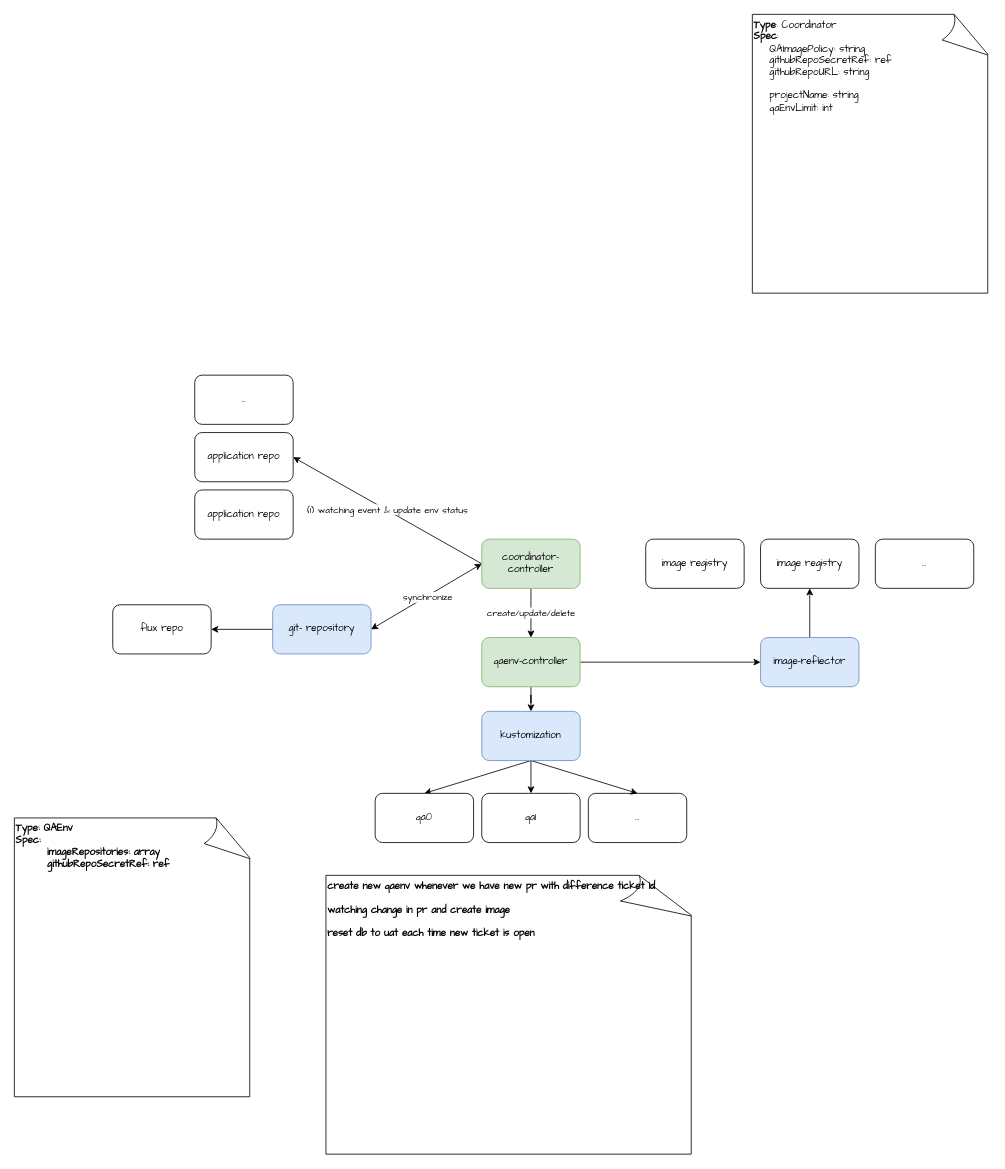
Earlier version of the draw.io diagram doc/diagram/Untitled Diagram.drawio (duckhue01/qaenv). Source tidied: cells renumbered, new cells numbered last; positions are measured from the earlier drawing's top-left corner, leaving out a move shared by most shapes. Both pictures are drawn from the tidied source at 82%, with x=0, y=0 at pixel (14, 14).
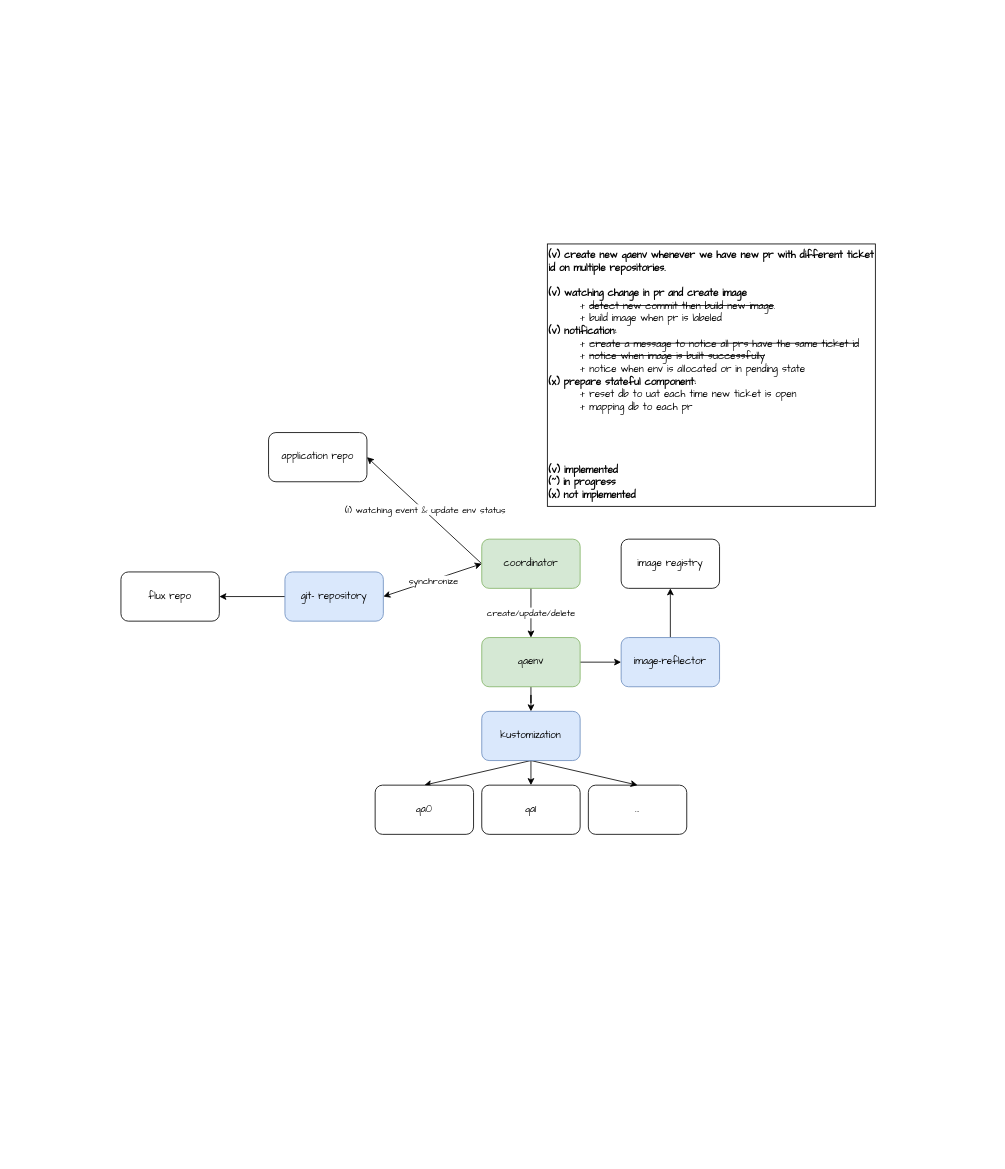
The same diagram, later.

What changed in the source:
```diff
@@
-    <mxCell id="2" value="image registry" style="rounded=1;whiteSpace=wrap;html=1;fontFamily=Comic Sans MS;" parent="1" vertex="1">
-      <mxGeometry x="770" y="640" width="120" height="60" as="geometry" />
-    </mxCell>
@@
-    <mxCell id="7" value="qaenv-controller" style="rounded=1;whiteSpace=wrap;html=1;fontFamily=Comic Sans MS;fillColor=#d5e8d4;strokeColor=#82b366;" parent="1" vertex="1">
+    <mxCell id="7" value="qaenv" style="rounded=1;whiteSpace=wrap;html=1;fontFamily=Comic Sans MS;fillColor=#d5e8d4;strokeColor=#82b366;" parent="1" vertex="1">
       <mxGeometry x="570" y="760" width="120" height="60" as="geometry" />
     </mxCell>
-    <mxCell id="8" value="application repo" style="rounded=1;whiteSpace=wrap;html=1;fontFamily=Comic Sans MS;" parent="1" vertex="1">
-      <mxGeometry x="220" y="580" width="120" height="60" as="geometry" />
-    </mxCell>
     <mxCell id="9" value="flux repo" style="rounded=1;whiteSpace=wrap;html=1;fontFamily=Comic Sans MS;" parent="1" vertex="1">
-      <mxGeometry x="120" y="720" width="120" height="60" as="geometry" />
+      <mxGeometry x="130" y="680" width="120" height="60" as="geometry" />
     </mxCell>
@@
     <mxCell id="11" value="image-reflector" style="rounded=1;whiteSpace=wrap;html=1;fontFamily=Comic Sans MS;fillColor=#dae8fc;strokeColor=#6c8ebf;" parent="1" vertex="1">
-      <mxGeometry x="910" y="760" width="120" height="60" as="geometry" />
+      <mxGeometry x="740" y="760" width="120" height="60" as="geometry" />
     </mxCell>
-    <mxCell id="12" value="create/update/delete" style="edgeStyle=orthogonalEdgeStyle;rounded=0;jettySize=auto;html=1;fontFamily=Comic Sans MS;" parent="1" edge="1" source="17" target="7">
+    <mxCell id="12" value="create/update/delete" style="rounded=0;jettySize=auto;html=1;fontFamily=Comic Sans MS;exitX=0.5;exitY=1;exitDx=0;exitDy=0;entryX=0.5;entryY=0;entryDx=0;entryDy=0;" parent="1" edge="1" source="17" target="7">
       <mxGeometry relative="1" as="geometry" />
     </mxCell>
@@
-    <mxCell id="17" value="coordinator-controller" style="rounded=1;whiteSpace=wrap;html=1;fontFamily=Comic Sans MS;fillColor=#d5e8d4;strokeColor=#82b366;" parent="1" vertex="1">
+    <mxCell id="17" value="coordinator" style="rounded=1;whiteSpace=wrap;html=1;fontFamily=Comic Sans MS;fillColor=#d5e8d4;strokeColor=#82b366;" parent="1" vertex="1">
       <mxGeometry x="570" y="640" width="120" height="60" as="geometry" />
     </mxCell>
     <mxCell id="18" value="qa0" style="rounded=1;whiteSpace=wrap;html=1;fontFamily=Comic Sans MS;" parent="1" vertex="1">
-      <mxGeometry x="440" y="950" width="120" height="60" as="geometry" />
+      <mxGeometry x="440" y="940" width="120" height="60" as="geometry" />
     </mxCell>
     <mxCell id="19" value="qa1" style="rounded=1;whiteSpace=wrap;html=1;fontFamily=Comic Sans MS;" parent="1" vertex="1">
-      <mxGeometry x="570" y="950" width="120" height="60" as="geometry" />
+      <mxGeometry x="570" y="940" width="120" height="60" as="geometry" />
     </mxCell>
     <mxCell id="20" value="..." style="rounded=1;whiteSpace=wrap;html=1;fontFamily=Comic Sans MS;" parent="1" vertex="1">
-      <mxGeometry x="700" y="950" width="120" height="60" as="geometry" />
+      <mxGeometry x="700" y="940" width="120" height="60" as="geometry" />
     </mxCell>
@@
-    <mxCell id="23" value="&lt;b&gt;Type&lt;/b&gt;: Coordinator&lt;br&gt;&lt;b&gt;Spec&lt;/b&gt;:&lt;br&gt;&lt;span style=&quot;&quot;&gt;&lt;span style=&quot;white-space: pre;&quot;&gt;&amp;nbsp;&amp;nbsp;&amp;nbsp;&amp;nbsp;&lt;/span&gt;&lt;/span&gt;QAImagePolicy&lt;span style=&quot;background-color: initial;&quot;&gt;: string&lt;/span&gt;&lt;br&gt;&lt;span style=&quot;&quot;&gt;&lt;span style=&quot;white-space: pre;&quot;&gt;&amp;nbsp;&amp;nbsp;&amp;nbsp;&amp;nbsp;&lt;/span&gt;&lt;/span&gt;githubRepoSecretRef: ref&lt;br&gt;&lt;span style=&quot;&quot;&gt;&lt;span style=&quot;white-space: pre;&quot;&gt;&amp;nbsp;&amp;nbsp;&amp;nbsp;&amp;nbsp;&lt;/span&gt;&lt;/span&gt;githubRepoURL: string&lt;br&gt;&lt;br&gt;&lt;span style=&quot;&quot;&gt;&lt;span style=&quot;white-space: pre;&quot;&gt;&amp;nbsp;&amp;nbsp;&amp;nbsp;&amp;nbsp;&lt;/span&gt;&lt;/span&gt;projectName: string&lt;br&gt;&lt;span style=&quot;&quot;&gt;&lt;span style=&quot;white-space: pre;&quot;&gt;&amp;nbsp;&amp;nbsp;&amp;nbsp;&amp;nbsp;&lt;/span&gt;&lt;/span&gt;qaEnvLimit: int" style="whiteSpace=wrap;html=1;shape=mxgraph.basic.document;align=left;verticalAlign=top;fontFamily=Comic Sans MS;" parent="1" vertex="1">
-      <mxGeometry x="900" width="290" height="340" as="geometry" />
-    </mxCell>
-    <mxCell id="24" value="Type: QAEnv&lt;br&gt;Spec:&lt;br&gt;&lt;span style=&quot;white-space: pre;&quot;&gt;&#9;&lt;/span&gt;imageRepositories: array&lt;br&gt;&lt;span style=&quot;white-space: pre;&quot;&gt;&#9;&lt;/span&gt;githubRepoSecretRef: ref&lt;br&gt;&lt;span style=&quot;white-space: pre;&quot;&gt;&#9;&lt;/span&gt;" style="whiteSpace=wrap;html=1;shape=mxgraph.basic.document;align=left;verticalAlign=top;fontFamily=Comic Sans MS;fontStyle=1;" parent="1" vertex="1">
-      <mxGeometry y="980" width="290" height="340" as="geometry" />
-    </mxCell>
@@
     <mxCell id="26" value="git- repository" style="rounded=1;whiteSpace=wrap;html=1;fontFamily=Comic Sans MS;fillColor=#dae8fc;strokeColor=#6c8ebf;" parent="1" vertex="1">
-      <mxGeometry x="315" y="720" width="120" height="60" as="geometry" />
+      <mxGeometry x="330" y="680" width="120" height="60" as="geometry" />
     </mxCell>
     <mxCell id="27" value="application repo" style="rounded=1;whiteSpace=wrap;html=1;fontFamily=Comic Sans MS;" parent="1" vertex="1">
-      <mxGeometry x="220" y="510" width="120" height="60" as="geometry" />
+      <mxGeometry x="310" y="510" width="120" height="60" as="geometry" />
     </mxCell>
-    <mxCell id="28" value="...&lt;br&gt;" style="rounded=1;whiteSpace=wrap;html=1;fontFamily=Comic Sans MS;" parent="1" vertex="1">
-      <mxGeometry x="220" y="440" width="120" height="60" as="geometry" />
-    </mxCell>
     <mxCell id="29" value="image registry" style="rounded=1;whiteSpace=wrap;html=1;fontFamily=Comic Sans MS;" parent="1" vertex="1">
-      <mxGeometry x="910" y="640" width="120" height="60" as="geometry" />
+      <mxGeometry x="740" y="640" width="120" height="60" as="geometry" />
     </mxCell>
-    <mxCell id="30" value="..." style="rounded=1;whiteSpace=wrap;html=1;fontFamily=Comic Sans MS;" parent="1" vertex="1">
-      <mxGeometry x="1050" y="640" width="120" height="60" as="geometry" />
-    </mxCell>
-    <mxCell id="31" value="create new qaenv whenever we have new pr with difference ticket id&lt;br&gt;&lt;br&gt;watching change in pr and create image&lt;br&gt;&lt;br&gt;reset db to uat each time new ticket is open" style="whiteSpace=wrap;html=1;shape=mxgraph.basic.document;align=left;verticalAlign=top;fontFamily=Comic Sans MS;fontStyle=1;" parent="1" vertex="1">
-      <mxGeometry x="380" y="1050" width="450" height="340" as="geometry" />
-    </mxCell>
+    <mxCell id="32" value="&lt;span style=&quot;border-color: var(--border-color);&quot;&gt;&lt;font style=&quot;border-color: var(--border-color);&quot; face=&quot;Comic Sans MS&quot;&gt;&lt;b&gt;(v) create new qaenv whenever we have new pr with different ticket id on multiple repositories.&lt;/b&gt;&lt;br style=&quot;border-color: var(--border-color);&quot;&gt;&lt;br style=&quot;border-color: var(--border-color);&quot;&gt;&lt;b style=&quot;font-weight: bold; border-color: var(--border-color); font-family: Helvetica;&quot;&gt;&lt;font style=&quot;border-color: var(--border-color);&quot; face=&quot;Comic Sans MS&quot;&gt;(v)&amp;nbsp;&lt;/font&gt;&lt;/b&gt;&lt;b&gt;watching change in pr and create image&lt;/b&gt;&lt;br&gt;&lt;span style=&quot;white-space: pre;&quot;&gt;&#9;&lt;/span&gt;+&amp;nbsp;&lt;span style=&quot;border-color: var(--border-color); font-family: Helvetica;&quot;&gt;&lt;font style=&quot;border-color: var(--border-color);&quot; face=&quot;Comic Sans MS&quot;&gt;&lt;span style=&quot;border-color: var(--border-color); font-family: Helvetica;&quot;&gt;&lt;font style=&quot;border-color: var(--border-color);&quot; face=&quot;Comic Sans MS&quot;&gt;&lt;span style=&quot;border-color: var(--border-color); font-family: Helvetica;&quot;&gt;&lt;font style=&quot;border-color: var(--border-color);&quot; face=&quot;Comic Sans MS&quot;&gt;&lt;strike style=&quot;&quot;&gt;detect new commit then build &lt;/strike&gt;&lt;strike&gt;new&lt;/strike&gt;&lt;strike style=&quot;&quot;&gt; image&lt;/strike&gt;.&lt;br&gt;&lt;/font&gt;&lt;/span&gt;&lt;/font&gt;&lt;/span&gt;&lt;/font&gt;&lt;/span&gt;&lt;span style=&quot;white-space: pre;&quot;&gt;&#9;&lt;/span&gt;+ build image when pr is labeled&lt;span style=&quot;white-space: pre;&quot;&gt;&#9;&lt;/span&gt;&lt;br style=&quot;border-color: var(--border-color);&quot;&gt;&lt;b&gt;(v) notification:&lt;br&gt;&lt;/b&gt;&lt;span style=&quot;white-space: pre;&quot;&gt;&#9;&lt;/span&gt;+ &lt;strike&gt;create a message to notice all prs have the same ticket id&lt;br&gt;&lt;/strike&gt;&lt;span style=&quot;white-space: pre;&quot;&gt;&#9;&lt;/span&gt;+ &lt;strike&gt;notice when image is built successfully&lt;/strike&gt;&lt;br&gt;&lt;span style=&quot;white-space: pre;&quot;&gt;&#9;&lt;/span&gt;+ notice when env is allocated or in pending state&lt;br style=&quot;border-color: var(--border-color);&quot;&gt;&lt;span style=&quot;border-color: var(--border-color);&quot;&gt;&lt;span style=&quot;border-color: var(--border-color); font-family: Helvetica;&quot;&gt;&lt;font style=&quot;border-color: var(--border-color);&quot; face=&quot;Comic Sans MS&quot;&gt;&lt;b&gt;(x) prepare stateful component:&lt;/b&gt;&lt;br&gt;&lt;span style=&quot;white-space: pre;&quot;&gt;&#9;&lt;/span&gt;+&amp;nbsp;&lt;span style=&quot;border-color: var(--border-color); font-family: Helvetica;&quot;&gt;&lt;font style=&quot;border-color: var(--border-color);&quot; face=&quot;Comic Sans MS&quot;&gt;&lt;span style=&quot;font-weight: normal;&quot;&gt;reset db to uat each time new ticket is open&lt;br&gt;&lt;span style=&quot;white-space: pre;&quot;&gt;&#9;&lt;/span&gt;+ mapping db to each p&lt;/span&gt;r&lt;br&gt;&lt;br&gt;&lt;br&gt;&lt;br&gt;&lt;br&gt;&lt;b&gt;(v) implemented&lt;/b&gt;&lt;br&gt;&lt;b&gt;(~) in progress&lt;/b&gt;&lt;br&gt;&lt;b&gt;(x) not implemented&lt;/b&gt;&lt;br&gt;&lt;/font&gt;&lt;/span&gt;&lt;span style=&quot;font-weight: bold;&quot;&gt;&lt;span style=&quot;white-space: pre;&quot;&gt;&amp;nbsp;&amp;nbsp;&amp;nbsp;&amp;nbsp;&lt;/span&gt;&lt;/span&gt;&lt;br&gt;&lt;/font&gt;&lt;/span&gt;&lt;/span&gt;&lt;/font&gt;&lt;/span&gt;" style="rounded=0;whiteSpace=wrap;html=1;align=left;verticalAlign=top;" parent="1" vertex="1">
+      <mxGeometry x="650" y="280" width="400" height="320" as="geometry" />
+    </mxCell>
```
